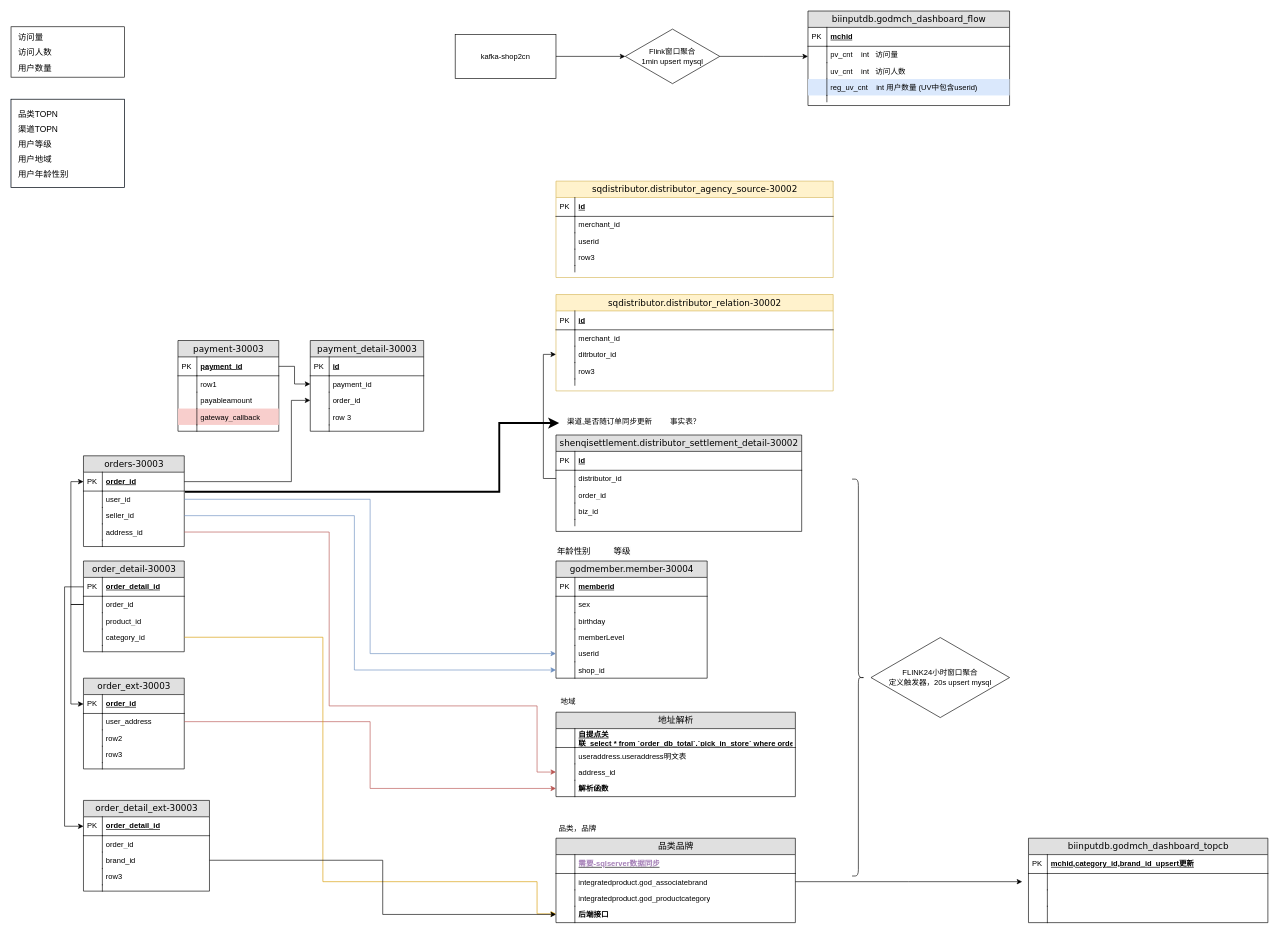
Earlier version of the draw.io diagram 未命名绘图.drawio (langfu54/BigData-Drawings). Source tidied: cells renumbered, new cells numbered last; positions are measured from the earlier drawing's top-left corner, leaving out a move shared by most shapes. Both pictures are drawn from the tidied source at 63%, with x=0, y=0 at pixel (11, 11).
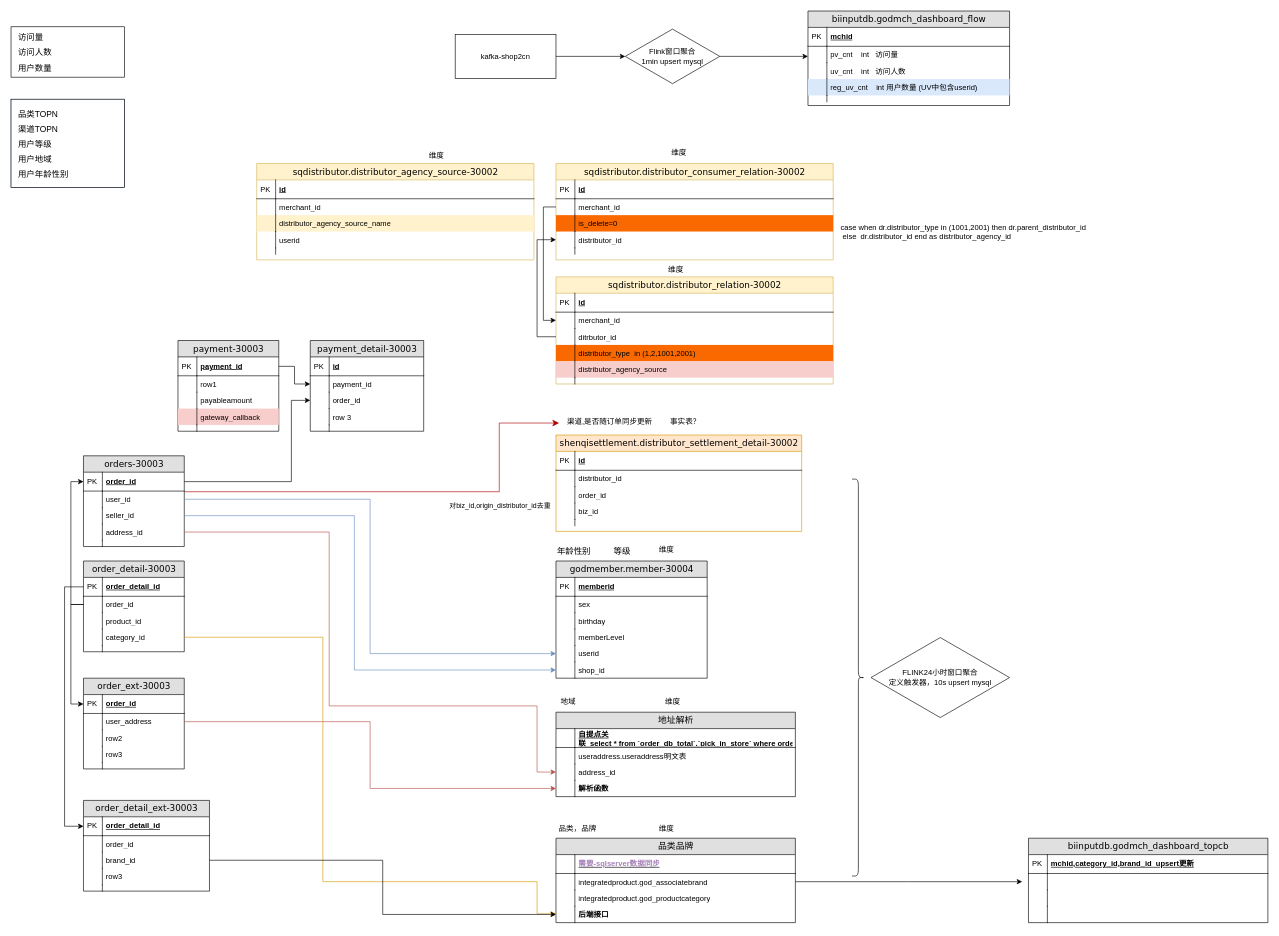
The same diagram, later.

Commit message:
更新未命名绘图.drawio

Unchanged cells that the change refers to:
```xml
<mxCell id="34" value="user_id" style="shape=partialRectangle;top=0;left=0;right=0;bottom=0;html=1;align=left;verticalAlign=top;fillColor=none;spacingLeft=34;spacingRight=4;whiteSpace=wrap;overflow=hidden;points=[[0,0.5],[1,0.5]];portConstraint=eastwest;" parent="31" vertex="1">
  <mxGeometry y="56" width="160" height="26" as="geometry" />
</mxCell>
<mxCell id="69" value="distributor_id" style="shape=partialRectangle;top=0;left=0;right=0;bottom=0;html=1;align=left;verticalAlign=top;fillColor=none;spacingLeft=34;spacingRight=4;whiteSpace=wrap;overflow=hidden;points=[[0,0.5],[1,0.5]];portConstraint=eastwest;" parent="66" vertex="1">
  <mxGeometry y="56" width="390" height="26" as="geometry" />
</mxCell>
<mxCell id="130" value="渠道,是否随订单同步更新" style="text;html=1;align=center;verticalAlign=middle;points=[];strokeColor=none;fillColor=none;" parent="1" vertex="1">
  <mxGeometry x="870" y="637" width="160" height="30" as="geometry" />
</mxCell>
<mxCell id="165" value="merchant_id" style="shape=partialRectangle;top=0;left=0;right=0;bottom=0;html=1;align=left;verticalAlign=top;fillColor=none;spacingLeft=34;spacingRight=4;whiteSpace=wrap;overflow=hidden;points=[[0,0.5],[1,0.5]];portConstraint=eastwest;" parent="162" vertex="1">
  <mxGeometry y="56" width="440" height="26" as="geometry" />
</mxCell>
<mxCell id="167" value="ditrbutor_id" style="shape=partialRectangle;top=0;left=0;right=0;bottom=0;html=1;align=left;verticalAlign=top;fillColor=none;spacingLeft=34;spacingRight=4;whiteSpace=wrap;overflow=hidden;points=[[0,0.5],[1,0.5]];portConstraint=eastwest;" parent="162" vertex="1">
  <mxGeometry y="82" width="440" height="26" as="geometry" />
</mxCell>
```

Diff of the diagram source:
```diff
@@
-    <mxCell id="66" value="shenqisettlement.distributor_settlement_detail-30002" style="swimlane;html=1;fontStyle=0;horizontal=1;startSize=26;fillColor=#e0e0e0;swimlaneFillColor=#ffffff;align=center;rounded=0;shadow=0;comic=0;labelBackgroundColor=none;strokeWidth=1;fontFamily=Verdana;fontSize=14;" parent="1" vertex="1">
+    <mxCell id="66" value="shenqisettlement.distributor_settlement_detail-30002" style="swimlane;html=1;fontStyle=0;horizontal=1;startSize=26;fillColor=#ffe6cc;swimlaneFillColor=#ffffff;align=center;rounded=0;shadow=0;comic=0;labelBackgroundColor=none;strokeWidth=1;fontFamily=Verdana;fontSize=14;strokeColor=#d79b00;" parent="1" vertex="1">
       <mxGeometry x="865" y="673" width="390" height="153" as="geometry" />
     </mxCell>
@@
-    <mxCell id="145" style="edgeStyle=segmentEdgeStyle;endArrow=classic;html=1;curved=0;rounded=0;endSize=8;startSize=8;entryX=0;entryY=0.567;entryDx=0;entryDy=0;entryPerimeter=0;exitX=1.006;exitY=0.038;exitDx=0;exitDy=0;exitPerimeter=0;strokeWidth=3;" parent="1" edge="1" source="34" target="130">
+    <mxCell id="145" style="edgeStyle=segmentEdgeStyle;endArrow=classic;html=1;curved=0;rounded=0;endSize=8;startSize=8;entryX=0;entryY=0.567;entryDx=0;entryDy=0;entryPerimeter=0;exitX=1.006;exitY=0.038;exitDx=0;exitDy=0;exitPerimeter=0;strokeWidth=1;fillColor=#e51400;strokeColor=#B20000;" parent="1" edge="1" source="34" target="130">
       <mxGeometry relative="1" as="geometry">
         <Array as="points">
           <mxPoint x="775" y="763" />
           <mxPoint x="775" y="654" />
         </Array>
       </mxGeometry>
     </mxCell>
@@
-    <mxCell id="147" value="&lt;font color=&quot;#000000&quot;&gt;FLINK24小时窗口聚合&lt;br&gt;定义触发器，20s upsert mysql&lt;br&gt;&lt;/font&gt;" style="html=1;whiteSpace=wrap;shape=isoRectangle;fontColor=#A680B8;" parent="1" vertex="1">
+    <mxCell id="147" value="&lt;font color=&quot;#000000&quot;&gt;FLINK24小时窗口聚合&lt;br&gt;定义触发器，10s upsert mysql&lt;br&gt;&lt;/font&gt;" style="html=1;whiteSpace=wrap;shape=isoRectangle;fontColor=#A680B8;" parent="1" vertex="1">
       <mxGeometry x="1365" y="992" width="220" height="132" as="geometry" />
     </mxCell>
@@
     <mxCell id="162" value="sqdistributor.distributor_relation-30002" style="swimlane;html=1;fontStyle=0;horizontal=1;startSize=26;fillColor=#fff2cc;swimlaneFillColor=#ffffff;align=center;rounded=0;shadow=0;comic=0;labelBackgroundColor=none;strokeWidth=1;fontFamily=Verdana;fontSize=14;strokeColor=#d6b656;" parent="1" vertex="1">
-      <mxGeometry x="865" y="450" width="440" height="153" as="geometry" />
+      <mxGeometry x="865" y="422" width="440" height="170" as="geometry" />
     </mxCell>
@@
+    <mxCell id="185" value="distributor_type&amp;nbsp; in (1,2,1001,2001)" style="shape=partialRectangle;top=0;left=0;right=0;bottom=0;html=1;align=left;verticalAlign=top;fillColor=#fa6800;spacingLeft=34;spacingRight=4;whiteSpace=wrap;overflow=hidden;fontColor=#000000;strokeColor=#C73500;" parent="162" vertex="1">
+      <mxGeometry y="108" width="440" height="26" as="geometry" />
+    </mxCell>
+    <mxCell id="186" style="shape=partialRectangle;top=0;left=0;bottom=0;html=1;fillColor=none;align=left;verticalAlign=top;spacingLeft=4;spacingRight=4;whiteSpace=wrap;overflow=hidden;" parent="185" vertex="1">
+      <mxGeometry width="30" height="26" as="geometry" />
+    </mxCell>
-    <mxCell id="169" value="row3" style="shape=partialRectangle;top=0;left=0;right=0;bottom=0;html=1;align=left;verticalAlign=top;fillColor=none;spacingLeft=34;spacingRight=4;whiteSpace=wrap;overflow=hidden;" parent="162" vertex="1">
-      <mxGeometry y="108" width="440" height="26" as="geometry" />
+    <mxCell id="169" value="distributor_agency_source" style="shape=partialRectangle;top=0;left=0;right=0;bottom=0;html=1;align=left;verticalAlign=top;fillColor=#f8cecc;spacingLeft=34;spacingRight=4;whiteSpace=wrap;overflow=hidden;strokeColor=#b85450;" parent="162" vertex="1">
+      <mxGeometry y="134" width="440" height="26" as="geometry" />
     </mxCell>
@@
     <mxCell id="171" style="shape=partialRectangle;top=0;left=0;right=0;bottom=0;html=1;align=left;verticalAlign=top;fillColor=none;spacingLeft=34;spacingRight=4;whiteSpace=wrap;overflow=hidden;" parent="162" vertex="1">
-      <mxGeometry y="134" width="440" height="10" as="geometry" />
+      <mxGeometry y="160" width="440" height="10" as="geometry" />
     </mxCell>
@@
-    <mxCell id="173" style="edgeStyle=orthogonalEdgeStyle;rounded=0;jettySize=auto;html=1;exitX=0;exitY=0.5;exitDx=0;exitDy=0;entryX=0;entryY=0.5;entryDx=0;entryDy=0;strokeWidth=1;fontColor=#000000;" parent="1" edge="1" source="69" target="167">
-      <mxGeometry relative="1" as="geometry" />
-    </mxCell>
     <mxCell id="174" value="sqdistributor.distributor_agency_source-30002" style="swimlane;html=1;fontStyle=0;horizontal=1;startSize=26;fillColor=#fff2cc;swimlaneFillColor=#ffffff;align=center;rounded=0;shadow=0;comic=0;labelBackgroundColor=none;strokeWidth=1;fontFamily=Verdana;fontSize=14;strokeColor=#d6b656;" parent="1" vertex="1">
-      <mxGeometry x="865" y="270" width="440" height="153" as="geometry" />
+      <mxGeometry x="390" y="242" width="440" height="153" as="geometry" />
     </mxCell>
@@
-    <mxCell id="179" value="userid" style="shape=partialRectangle;top=0;left=0;right=0;bottom=0;html=1;align=left;verticalAlign=top;fillColor=none;spacingLeft=34;spacingRight=4;whiteSpace=wrap;overflow=hidden;" parent="174" vertex="1">
+    <mxCell id="179" value="distributor_agency_source_name" style="shape=partialRectangle;top=0;left=0;right=0;bottom=0;html=1;align=left;verticalAlign=top;fillColor=#fff2cc;spacingLeft=34;spacingRight=4;whiteSpace=wrap;overflow=hidden;strokeColor=#d6b656;" parent="174" vertex="1">
       <mxGeometry y="82" width="440" height="26" as="geometry" />
     </mxCell>
@@
-    <mxCell id="181" value="row3" style="shape=partialRectangle;top=0;left=0;right=0;bottom=0;html=1;align=left;verticalAlign=top;fillColor=none;spacingLeft=34;spacingRight=4;whiteSpace=wrap;overflow=hidden;" parent="174" vertex="1">
+    <mxCell id="181" value="userid" style="shape=partialRectangle;top=0;left=0;right=0;bottom=0;html=1;align=left;verticalAlign=top;fillColor=none;spacingLeft=34;spacingRight=4;whiteSpace=wrap;overflow=hidden;" parent="174" vertex="1">
       <mxGeometry y="108" width="440" height="26" as="geometry" />
     </mxCell>
@@
+    <mxCell id="187" value="sqdistributor.distributor_consumer_relation-30002" style="swimlane;html=1;fontStyle=0;horizontal=1;startSize=26;fillColor=#fff2cc;swimlaneFillColor=#ffffff;align=center;rounded=0;shadow=0;comic=0;labelBackgroundColor=none;strokeWidth=1;fontFamily=Verdana;fontSize=14;strokeColor=#d6b656;" parent="1" vertex="1">
+      <mxGeometry x="865" y="242" width="440" height="153" as="geometry" />
+    </mxCell>
+    <mxCell id="188" value="id" style="shape=partialRectangle;top=0;left=0;right=0;bottom=1;html=1;align=left;verticalAlign=middle;fillColor=none;spacingLeft=34;spacingRight=4;whiteSpace=wrap;overflow=hidden;fontStyle=5;" parent="187" vertex="1">
+      <mxGeometry y="26" width="440" height="30" as="geometry" />
+    </mxCell>
+    <mxCell id="189" value="PK" style="shape=partialRectangle;top=0;left=0;bottom=0;html=1;fillColor=none;align=left;verticalAlign=middle;spacingLeft=4;spacingRight=4;whiteSpace=wrap;overflow=hidden;" parent="188" vertex="1">
+      <mxGeometry width="30" height="30" as="geometry" />
+    </mxCell>
+    <mxCell id="190" value="merchant_id" style="shape=partialRectangle;top=0;left=0;right=0;bottom=0;html=1;align=left;verticalAlign=top;fillColor=none;spacingLeft=34;spacingRight=4;whiteSpace=wrap;overflow=hidden;points=[[0,0.5],[1,0.5]];portConstraint=eastwest;" parent="187" vertex="1">
+      <mxGeometry y="56" width="440" height="26" as="geometry" />
+    </mxCell>
+    <mxCell id="191" style="shape=partialRectangle;top=0;left=0;bottom=0;html=1;fillColor=none;align=left;verticalAlign=top;spacingLeft=4;spacingRight=4;whiteSpace=wrap;overflow=hidden;" parent="190" vertex="1">
+      <mxGeometry width="30" height="26" as="geometry" />
+    </mxCell>
+    <mxCell id="192" value="is_delete=0" style="shape=partialRectangle;top=0;left=0;right=0;bottom=0;html=1;align=left;verticalAlign=top;fillColor=#fa6800;spacingLeft=34;spacingRight=4;whiteSpace=wrap;overflow=hidden;fontColor=#000000;strokeColor=#C73500;" parent="187" vertex="1">
+      <mxGeometry y="82" width="440" height="26" as="geometry" />
+    </mxCell>
+    <mxCell id="193" style="shape=partialRectangle;top=0;left=0;bottom=0;html=1;fillColor=none;align=left;verticalAlign=top;spacingLeft=4;spacingRight=4;whiteSpace=wrap;overflow=hidden;" parent="192" vertex="1">
+      <mxGeometry width="30" height="26" as="geometry" />
+    </mxCell>
+    <mxCell id="194" value="distributor_id" style="shape=partialRectangle;top=0;left=0;right=0;bottom=0;html=1;align=left;verticalAlign=top;fillColor=none;spacingLeft=34;spacingRight=4;whiteSpace=wrap;overflow=hidden;points=[[0,0.5],[1,0.5]];portConstraint=eastwest;" parent="187" vertex="1">
+      <mxGeometry y="108" width="440" height="26" as="geometry" />
+    </mxCell>
+    <mxCell id="195" style="shape=partialRectangle;top=0;left=0;bottom=0;html=1;fillColor=none;align=left;verticalAlign=top;spacingLeft=4;spacingRight=4;whiteSpace=wrap;overflow=hidden;" parent="194" vertex="1">
+      <mxGeometry width="30" height="26" as="geometry" />
+    </mxCell>
+    <mxCell id="196" style="shape=partialRectangle;top=0;left=0;right=0;bottom=0;html=1;align=left;verticalAlign=top;fillColor=none;spacingLeft=34;spacingRight=4;whiteSpace=wrap;overflow=hidden;" parent="187" vertex="1">
+      <mxGeometry y="134" width="440" height="10" as="geometry" />
+    </mxCell>
+    <mxCell id="197" style="shape=partialRectangle;top=0;left=0;bottom=0;html=1;fillColor=none;align=left;verticalAlign=top;spacingLeft=4;spacingRight=4;whiteSpace=wrap;overflow=hidden;" parent="196" vertex="1">
+      <mxGeometry width="30" height="10" as="geometry" />
+    </mxCell>
+    <mxCell id="198" value="对biz_id,origin_distributor_id去重" style="edgeLabel;html=1;align=center;verticalAlign=middle;fontColor=#000000;" parent="1" vertex="1">
+      <mxGeometry x="775" y="784" as="geometry" />
+    </mxCell>
+    <mxCell id="199" style="edgeStyle=orthogonalEdgeStyle;rounded=0;jettySize=auto;html=1;exitX=0;exitY=0.5;exitDx=0;exitDy=0;entryX=0;entryY=0.5;entryDx=0;entryDy=0;strokeWidth=1;fontColor=#000000;" parent="1" edge="1" source="190" target="165">
+      <mxGeometry relative="1" as="geometry" />
+    </mxCell>
+    <mxCell id="200" style="edgeStyle=orthogonalEdgeStyle;rounded=0;jettySize=auto;html=1;exitX=0;exitY=0.5;exitDx=0;exitDy=0;entryX=0;entryY=0.5;entryDx=0;entryDy=0;strokeWidth=1;fontColor=#000000;" parent="1" edge="1" source="167" target="194">
+      <mxGeometry relative="1" as="geometry">
+        <Array as="points">
+          <mxPoint x="835" y="517" />
+          <mxPoint x="835" y="363" />
+        </Array>
+      </mxGeometry>
+    </mxCell>
+    <mxCell id="201" value="case&amp;nbsp;when&amp;nbsp;dr.distributor_type&amp;nbsp;in&amp;nbsp;(1001,2001)&amp;nbsp;then&amp;nbsp;dr.parent_distributor_id&lt;br&gt;&amp;nbsp;else&amp;nbsp;&amp;nbsp;dr.distributor_id&amp;nbsp;end&amp;nbsp;as&amp;nbsp;distributor_agency_id" style="text;whiteSpace=wrap;html=1;fontColor=#000000;" parent="1" vertex="1">
+      <mxGeometry x="1315" y="330" width="560" height="40" as="geometry" />
+    </mxCell>
+    <mxCell id="202" value="维度" style="text;html=1;align=center;verticalAlign=middle;strokeColor=none;fillColor=none;fontColor=#000000;" parent="1" vertex="1">
+      <mxGeometry x="650" y="215" width="50" height="30" as="geometry" />
+    </mxCell>
+    <mxCell id="203" value="维度" style="text;html=1;align=center;verticalAlign=middle;strokeColor=none;fillColor=none;fontColor=#000000;" parent="1" vertex="1">
+      <mxGeometry x="1035" y="210" width="50" height="30" as="geometry" />
+    </mxCell>
+    <mxCell id="204" value="维度" style="text;html=1;align=center;verticalAlign=middle;strokeColor=none;fillColor=none;fontColor=#000000;" parent="1" vertex="1">
+      <mxGeometry x="1030" y="395" width="50" height="30" as="geometry" />
+    </mxCell>
+    <mxCell id="205" value="维度" style="text;html=1;align=center;verticalAlign=middle;strokeColor=none;fillColor=none;fontColor=#000000;" parent="1" vertex="1">
+      <mxGeometry x="1015" y="840" width="50" height="30" as="geometry" />
+    </mxCell>
+    <mxCell id="206" value="维度" style="text;html=1;align=center;verticalAlign=middle;strokeColor=none;fillColor=none;fontColor=#000000;" parent="1" vertex="1">
+      <mxGeometry x="1025" y="1082" width="50" height="30" as="geometry" />
+    </mxCell>
+    <mxCell id="207" value="维度" style="text;html=1;align=center;verticalAlign=middle;strokeColor=none;fillColor=none;fontColor=#000000;" parent="1" vertex="1">
+      <mxGeometry x="1015" y="1283" width="50" height="30" as="geometry" />
+    </mxCell>
```
